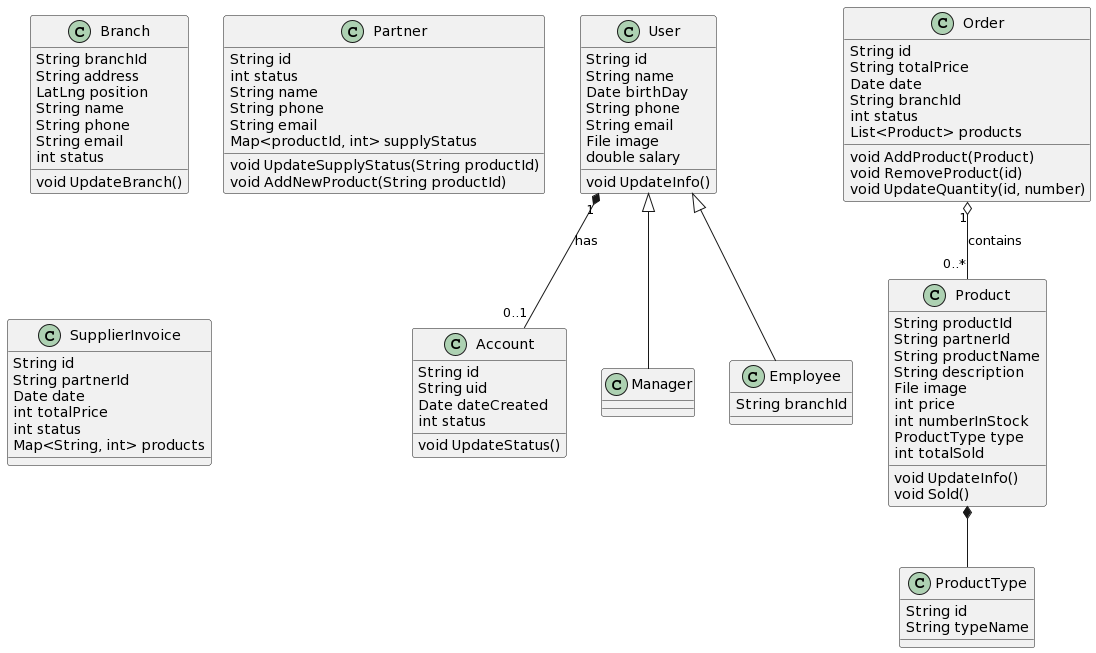
Earlier version of the PlantUML export Lab 1/Lab 1.2/class_diagram/class.png (H1eu69/SE357-Pratice-class). Its diagram source:
```plantuml
@startuml
abstract class User

class Account {
  String id
  String uid
  Date dateCreated
  int status

  void UpdateStatus()
}

class User {
  String id
  String name
  Date birthDay
  String phone
  String email
  File image
  double salary

  void UpdateInfo()
}

class Manager {}

class Employee {
  String branchId
}

class Product {
  String productId
  String partnerId
  String productName
  String description
  File image
  int price
  int numberInStock
  ProductType type
  int totalSold

  void UpdateInfo()
  void Sold()
}

class ProductType {
  String id
  String typeName
}

class Order {
  String id
  String totalPrice
  Date date
  String branchId
  int status
  List<Product> products

  void AddProduct(Product)
  void RemoveProduct(id)
  void UpdateQuantity(id, number)
}

class Branch {
  String branchId
  String address
  LatLng position
  String name
  String phone
  String email
  int status

  void UpdateBranch()
}

class Partner {
  String id
  int status
  String name
  String phone
  String email
  Map<productId, int> supplyStatus

  void UpdateSupplyStatus(String productId)
  void AddNewProduct(String productId)
}

class SupplierInvoice {
  String id
  String partnerId
  Date date
  int totalPrice
  int status
  Map<String, int> products
}

User "1" *-- "0..1" Account : has

User <|-- Manager
User <|-- Employee

Product *-- ProductType

Order "1" o-- "0..*" Product : contains
@enduml
```
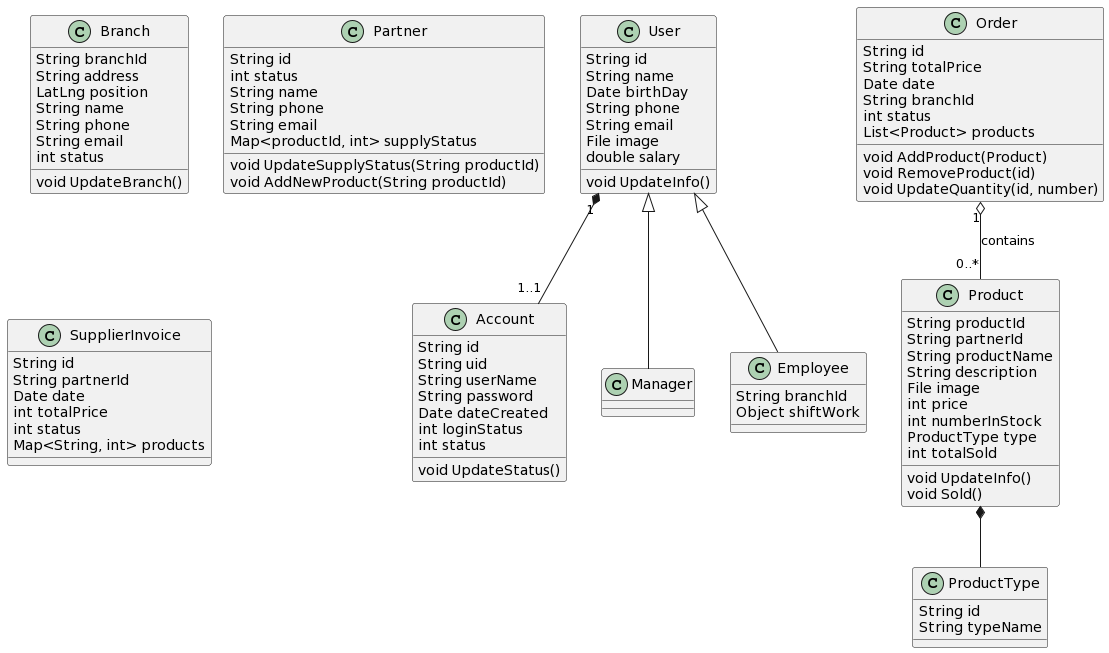
The same file after the commit.

Change to the diagram source:
```diff
@@ -4,7 +4,10 @@
 class Account {
   String id
   String uid
+  String userName
+  String password
   Date dateCreated
+  int loginStatus
   int status
 
   void UpdateStatus()
@@ -26,6 +29,7 @@
 
 class Employee {
   String branchId
+  Object shiftWork
 }
 
 class Product {
@@ -94,7 +98,7 @@
   Map<String, int> products
 }
 
-User "1" *-- "0..1" Account : has
+User "1" *-- "1..1" Account
 
 User <|-- Manager
 User <|-- Employee
```
